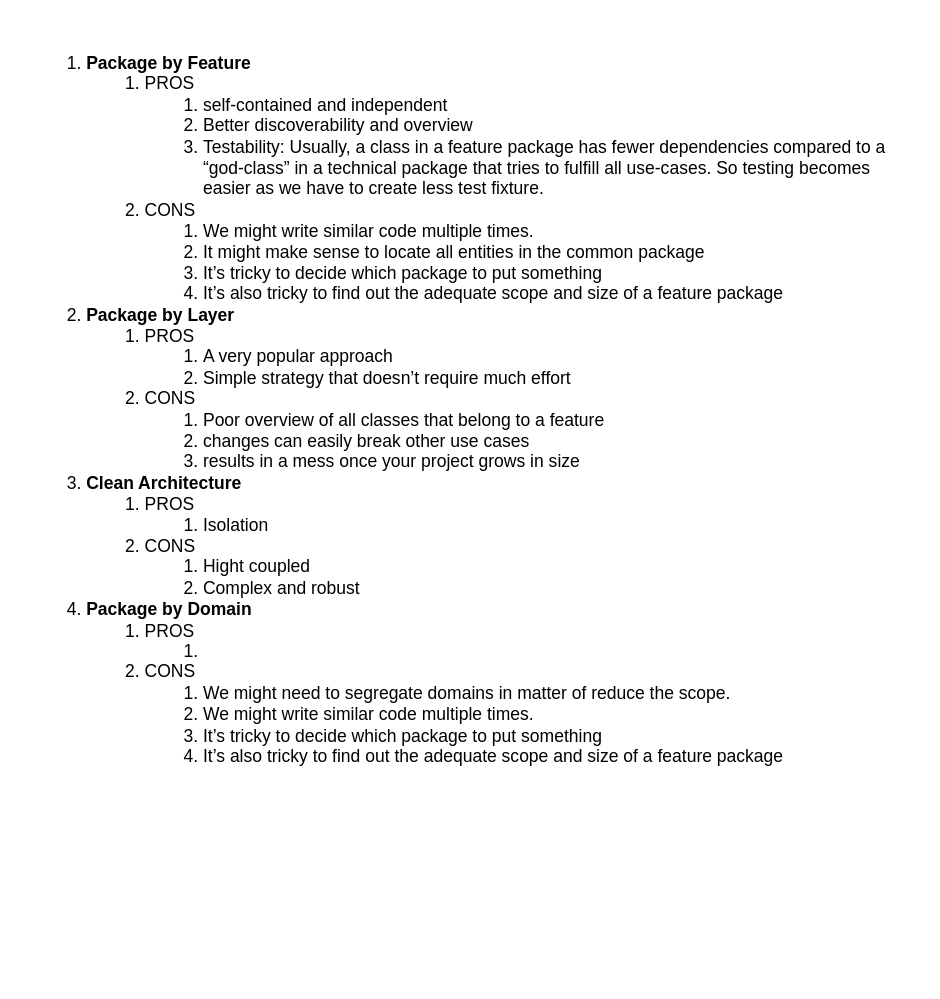
The draw.io diagram architecture/john-doe-bank/04.package.drawio in codegik/pocs, before the edit. Source tidied: cells renumbered, new cells numbered last; positions are measured from the earlier drawing's top-left corner, leaving out a move shared by most shapes. Both pictures are drawn from the tidied source at 146%, with x=0, y=0 at pixel (25, 25).
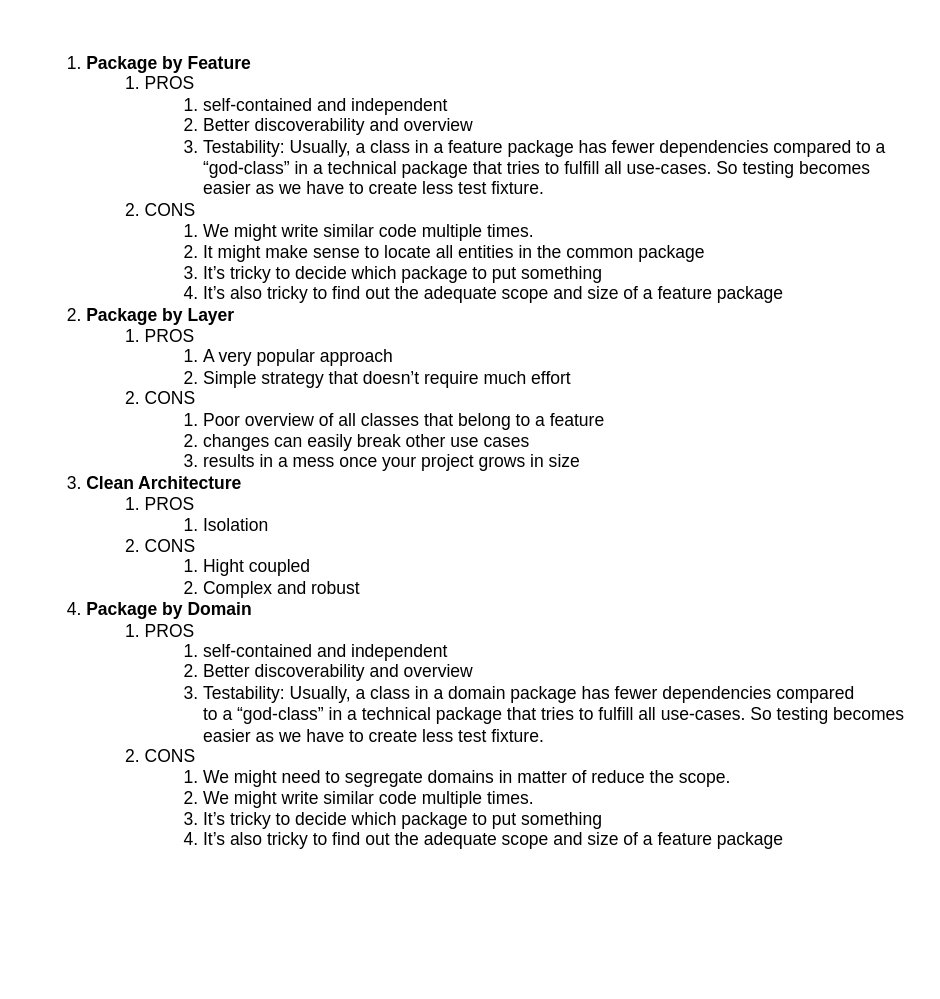
After the change.

Diff of the diagram source:
```diff
@@
 <mxGraphModel>
   <root>
     <mxCell id="0" />
     <mxCell id="1" parent="0" />
-    <mxCell id="2" value="&lt;ol&gt;&lt;li&gt;&lt;b&gt;Package by Feature&lt;/b&gt;&lt;/li&gt;&lt;ol&gt;&lt;li&gt;PROS&lt;/li&gt;&lt;ol&gt;&lt;li&gt;self-contained and independent&lt;br&gt;&lt;/li&gt;&lt;li&gt;Better discoverability and overview&lt;/li&gt;&lt;li&gt;Testability: Usually, a class in a feature package has fewer dependencies compared to a “god-class” in a technical package that tries to fulfill all use-cases. So testing becomes easier as we have to create less test fixture.&lt;br&gt;&lt;/li&gt;&lt;/ol&gt;&lt;li&gt;CONS&lt;/li&gt;&lt;ol&gt;&lt;li&gt;We might write similar code multiple times.&lt;br&gt;&lt;/li&gt;&lt;li&gt;It might make sense to locate all entities in the common package&lt;/li&gt;&lt;li&gt;It’s tricky to decide which package to put something&lt;/li&gt;&lt;li&gt;It’s also tricky to find out the adequate scope and size of a feature package&lt;/li&gt;&lt;/ol&gt;&lt;/ol&gt;&lt;li&gt;&lt;b&gt;Package by Layer &lt;/b&gt;&lt;br&gt;&lt;/li&gt;&lt;ol&gt;&lt;li&gt;PROS&lt;/li&gt;&lt;ol&gt;&lt;li&gt;A very popular approach&lt;/li&gt;&lt;li&gt;Simple strategy that doesn’t require much effort&lt;br&gt;&lt;/li&gt;&lt;/ol&gt;&lt;li&gt;CONS&lt;/li&gt;&lt;ol&gt;&lt;li&gt;Poor overview of all classes that belong to a feature&lt;/li&gt;&lt;li&gt;changes can easily break other use cases&lt;/li&gt;&lt;li&gt;results in a mess once your project grows in size&lt;br&gt;&lt;/li&gt;&lt;/ol&gt;&lt;/ol&gt;&lt;li&gt;&lt;b&gt;Clean Architecture&lt;/b&gt;&lt;/li&gt;&lt;ol&gt;&lt;li&gt;PROS&lt;/li&gt;&lt;ol&gt;&lt;li&gt;Isolation&lt;br&gt;&lt;/li&gt;&lt;/ol&gt;&lt;li&gt;CONS&lt;/li&gt;&lt;ol&gt;&lt;li&gt;Hight coupled&lt;/li&gt;&lt;li&gt;Complex and robust&lt;/li&gt;&lt;/ol&gt;&lt;/ol&gt;&lt;li&gt;&lt;b&gt;Package by Domain&lt;/b&gt;&lt;/li&gt;&lt;ol&gt;&lt;li&gt;PROS&lt;/li&gt;&lt;ol&gt;&lt;li&gt;&lt;br&gt;&lt;/li&gt;&lt;/ol&gt;&lt;li&gt;CONS&lt;/li&gt;&lt;ol&gt;&lt;li&gt;We might need to segregate domains in matter of reduce the scope.&lt;/li&gt;&lt;li&gt;We might write similar code multiple times.&lt;br&gt;&lt;/li&gt;&lt;li&gt;It’s tricky to decide which package to put something&lt;/li&gt;&lt;li&gt;It’s also tricky to find out the adequate scope and size of a feature package&lt;/li&gt;&lt;/ol&gt;&lt;/ol&gt;&lt;/ol&gt;" style="text;html=1;strokeColor=none;fillColor=none;align=left;verticalAlign=top;whiteSpace=wrap;rounded=0;horizontal=1;" parent="1" vertex="1">
-      <mxGeometry width="610" height="560" as="geometry" />
+    <mxCell id="2" value="&lt;ol&gt;&lt;li&gt;&lt;b&gt;Package by Feature&lt;/b&gt;&lt;/li&gt;&lt;ol&gt;&lt;li&gt;PROS&lt;/li&gt;&lt;ol&gt;&lt;li&gt;self-contained and independent&lt;br&gt;&lt;/li&gt;&lt;li&gt;Better discoverability and overview&lt;/li&gt;&lt;li&gt;Testability: Usually, a class in a feature package has fewer dependencies compared to a “god-class” in a technical package that tries to fulfill all use-cases. So testing becomes easier as we have to create less test fixture.&lt;br&gt;&lt;/li&gt;&lt;/ol&gt;&lt;li&gt;CONS&lt;/li&gt;&lt;ol&gt;&lt;li&gt;We might write similar code multiple times.&lt;br&gt;&lt;/li&gt;&lt;li&gt;It might make sense to locate all entities in the common package&lt;/li&gt;&lt;li&gt;It’s tricky to decide which package to put something&lt;/li&gt;&lt;li&gt;It’s also tricky to find out the adequate scope and size of a feature package&lt;/li&gt;&lt;/ol&gt;&lt;/ol&gt;&lt;li&gt;&lt;b&gt;Package by Layer &lt;/b&gt;&lt;br&gt;&lt;/li&gt;&lt;ol&gt;&lt;li&gt;PROS&lt;/li&gt;&lt;ol&gt;&lt;li&gt;A very popular approach&lt;/li&gt;&lt;li&gt;Simple strategy that doesn’t require much effort&lt;br&gt;&lt;/li&gt;&lt;/ol&gt;&lt;li&gt;CONS&lt;/li&gt;&lt;ol&gt;&lt;li&gt;Poor overview of all classes that belong to a feature&lt;/li&gt;&lt;li&gt;changes can easily break other use cases&lt;/li&gt;&lt;li&gt;results in a mess once your project grows in size&lt;br&gt;&lt;/li&gt;&lt;/ol&gt;&lt;/ol&gt;&lt;li&gt;&lt;b&gt;Clean Architecture&lt;/b&gt;&lt;/li&gt;&lt;ol&gt;&lt;li&gt;PROS&lt;/li&gt;&lt;ol&gt;&lt;li&gt;Isolation&lt;br&gt;&lt;/li&gt;&lt;/ol&gt;&lt;li&gt;CONS&lt;/li&gt;&lt;ol&gt;&lt;li&gt;Hight coupled&lt;/li&gt;&lt;li&gt;Complex and robust&lt;/li&gt;&lt;/ol&gt;&lt;/ol&gt;&lt;li&gt;&lt;b&gt;Package by Domain&lt;/b&gt;&lt;/li&gt;&lt;ol&gt;&lt;li&gt;PROS&lt;/li&gt;&lt;ol&gt;&lt;li&gt;self-contained and independent&lt;br&gt;&lt;/li&gt;&lt;li&gt;Better discoverability and overview&lt;/li&gt;&lt;li&gt;Testability: Usually, a class in a domain package has fewer dependencies compared &lt;br&gt;to a “god-class” in a technical package that tries to fulfill all use-cases. So testing becomes easier as we have to create less test fixture.&lt;/li&gt;&lt;/ol&gt;&lt;li&gt;CONS&lt;/li&gt;&lt;ol&gt;&lt;li&gt;We might need to segregate domains in matter of reduce the scope.&lt;/li&gt;&lt;li&gt;We might write similar code multiple times.&lt;br&gt;&lt;/li&gt;&lt;li&gt;It’s tricky to decide which package to put something&lt;/li&gt;&lt;li&gt;It’s also tricky to find out the adequate scope and size of a feature package&lt;/li&gt;&lt;/ol&gt;&lt;/ol&gt;&lt;/ol&gt;" style="text;html=1;strokeColor=none;fillColor=none;align=left;verticalAlign=top;whiteSpace=wrap;rounded=0;horizontal=1;" parent="1" vertex="1">
+      <mxGeometry width="610" height="650" as="geometry" />
     </mxCell>
   </root>
 </mxGraphModel>
```
